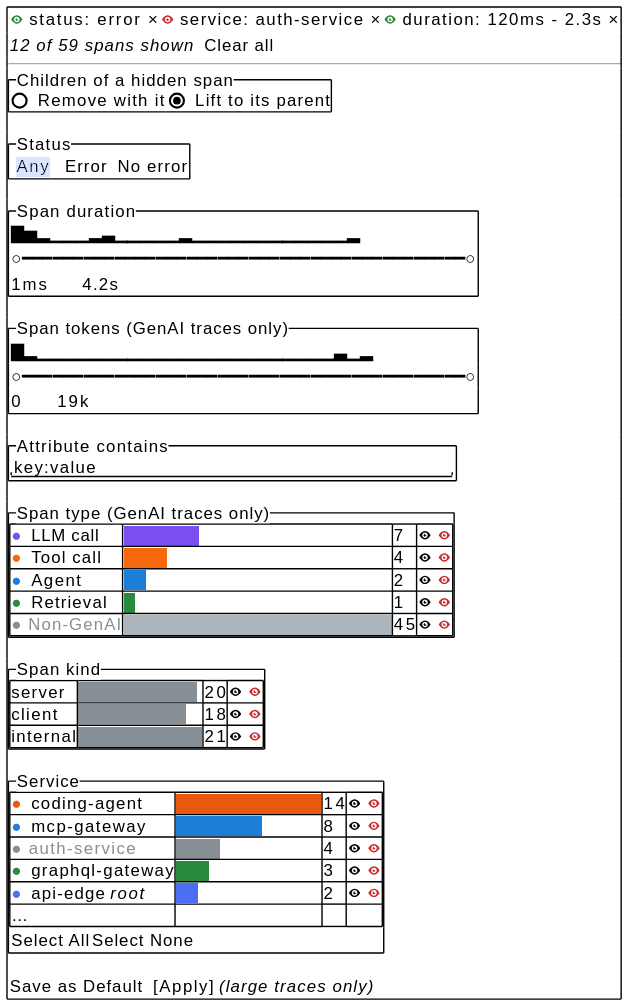
The PlantUML diagram docs/rfc/0009/popover.svg in jaegertracing/jaeger-ui, before a commit. Source of this version:
```plantuml
@startsalt
{+
  { <color:#2b8a3e><&eye></color> status: error  × | <color:#c92a2a><&eye></color> service: auth-service  × | <color:#2b8a3e><&eye></color> duration: 120ms - 2.3s  × }
  { <i>12 of 59 spans shown</i> | . | Clear all }
  --
  {^"Children of a hidden span"
    ( ) Remove with it | (X) Lift to its parent
  }
  {^"Status"
    { <back:#dbe4ff> Any </back> | . | Error | . | No error }
  }
  {^"Span duration"
    { ▇▅▂▁▁▁▂▃▁▁▁▁▁▂▁▁▁▁▁▁▁▁▁▁▁▁▂ }
    { ○━━━━━━━━━━━━━━━━━━━━━━━━━━━━━━━━━━━━━━━━━━━○ }
    { 1ms | . | . | . | . | 4.2s }
  }
  {^"Span tokens (GenAI traces only)"
    { ▇▂▁▁▁▁▁▁▁▁▁▁▁▁▁▁▁▁▁▁▁▁▁▁▁▃▁▂ }
    { ○━━━━━━━━━━━━━━━━━━━━━━━━━━━━━━━━━━━━━━━━━━━○ }
    { 0 | . | . | . | . | 19k }
  }
  {^"Attribute contains"
    "key:value                              "
  }
  {^"Span type (GenAI traces only)"
    {#
      <color:#7950f2>●</color> LLM call | <back:#7950f2>              </back> | 7 | <&eye> <color:#c92a2a><&eye></color>
      <color:#f76707>●</color> Tool call | <back:#f76707>        </back> | 4 | <&eye> <color:#c92a2a><&eye></color>
      <color:#1c7ed6>●</color> Agent | <back:#1c7ed6>    </back> | 2 | <&eye> <color:#c92a2a><&eye></color>
      <color:#2b8a3e>●</color> Retrieval | <back:#2b8a3e>  </back> | 1 | <&eye> <color:#c92a2a><&eye></color>
      <color:#868e96>● Non-GenAI</color> | <back:#adb5bd>                                                  </back> | 45 | <&eye> <color:#c92a2a><b><&eye></b></color>
    }
  }
  {^"Span kind"
    {#
      server | <back:#868e96>                      </back> | 20 | <&eye> <color:#c92a2a><&eye></color>
      client | <back:#868e96>                    </back> | 18 | <&eye> <color:#c92a2a><&eye></color>
      internal | <back:#868e96>                       </back> | 21 | <&eye> <color:#c92a2a><&eye></color>
    }
  }
  {^"Service"
    {#
      <color:#e8590c>●</color> coding-agent     | <back:#e8590c>                           </back> | 14 | <&eye> <color:#c92a2a><&eye></color>
      <color:#1c7ed6>●</color> mcp-gateway      | <back:#1c7ed6>                </back> | 8 | <&eye> <color:#c92a2a><&eye></color>
      <color:#868e96>● auth-service     </color>| <back:#868e96>        </back> | 4 | <&eye> <color:#c92a2a><b><&eye></b></color>
      <color:#2b8a3e>●</color> graphql-gateway  | <back:#2b8a3e>      </back> | 3 | <&eye> <color:#c92a2a><&eye></color>
      <color:#4c6ef5>●</color> api-edge <i>root</i>   | <back:#4c6ef5>    </back> | 2 | <&eye> <color:#c92a2a><&eye></color>
      … | . | . | .
    }
    { Select All | Select None }
  }
  { Save as Default | . | [Apply] <i>(large traces only)</i> }
}
@endsalt
```
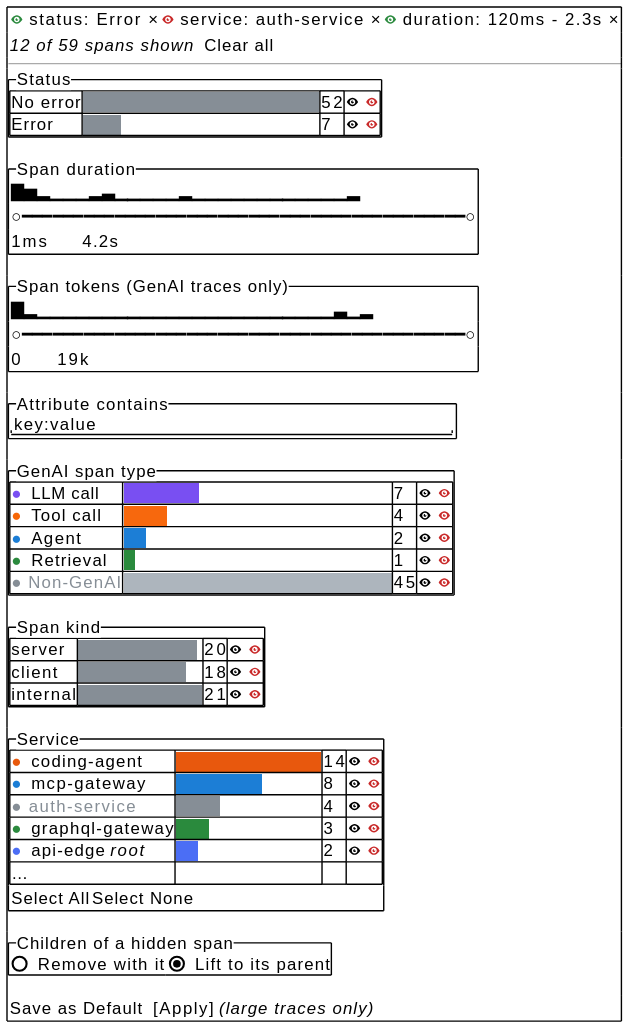
The same diagram one commit later.

The edit, as a diff of the source:
```diff
@@ -1,13 +1,13 @@
 @startsalt
 {+
-  { <color:#2b8a3e><&eye></color> status: error  × | <color:#c92a2a><&eye></color> service: auth-service  × | <color:#2b8a3e><&eye></color> duration: 120ms - 2.3s  × }
+  { <color:#2b8a3e><&eye></color> status: Error  × | <color:#c92a2a><&eye></color> service: auth-service  × | <color:#2b8a3e><&eye></color> duration: 120ms - 2.3s  × }
   { <i>12 of 59 spans shown</i> | . | Clear all }
   --
-  {^"Children of a hidden span"
-    ( ) Remove with it | (X) Lift to its parent
-  }
   {^"Status"
-    { <back:#dbe4ff> Any </back> | . | Error | . | No error }
+    {#
+      No error | <back:#868e96>                                            </back> | 52 | <&eye> <color:#c92a2a><&eye></color>
+      Error | <back:#868e96>       </back> | 7 | <&eye> <color:#c92a2a><&eye></color>
+    }
   }
   {^"Span duration"
     { ▇▅▂▁▁▁▂▃▁▁▁▁▁▂▁▁▁▁▁▁▁▁▁▁▁▁▂ }
@@ -22,7 +22,7 @@
   {^"Attribute contains"
     "key:value                              "
   }
-  {^"Span type (GenAI traces only)"
+  {^"GenAI span type"
     {#
       <color:#7950f2>●</color> LLM call | <back:#7950f2>              </back> | 7 | <&eye> <color:#c92a2a><&eye></color>
       <color:#f76707>●</color> Tool call | <back:#f76707>        </back> | 4 | <&eye> <color:#c92a2a><&eye></color>
@@ -49,6 +49,9 @@
     }
     { Select All | Select None }
   }
+  {^"Children of a hidden span"
+    ( ) Remove with it | (X) Lift to its parent
+  }
   { Save as Default | . | [Apply] <i>(large traces only)</i> }
 }
 @endsalt
```
